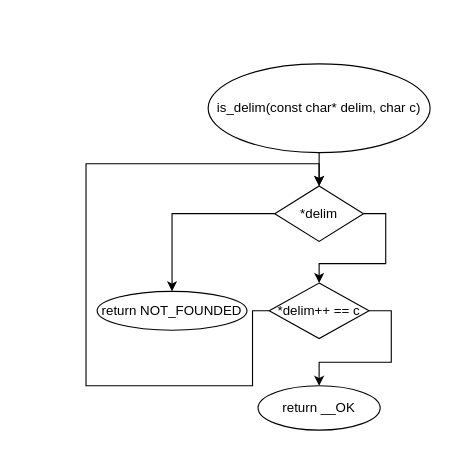
Alvald1/draw.io keeps this draw.io diagram as page "is_delim" (5 of 8) of lab4.drawio. Above is the earlier version. Source tidied: cells renumbered, new cells numbered last; positions are measured from the earlier drawing's top-left corner, leaving out a move shared by most shapes. Both pictures are drawn from the tidied source at 111%, with x=0, y=0 at pixel (85, 63).
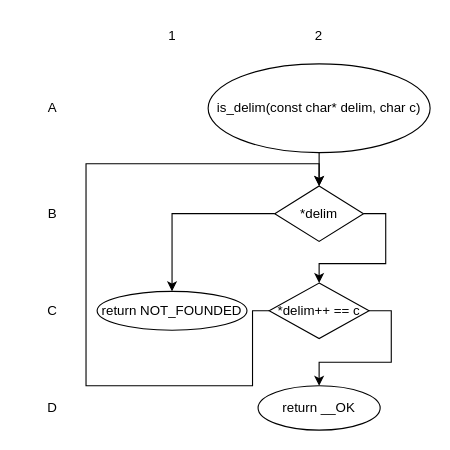
The same page after the edit.

What changed in the source:
```diff
@@
+    <mxCell id="12" value="1" style="text;html=1;strokeColor=none;fillColor=none;align=center;verticalAlign=middle;whiteSpace=wrap;rounded=0;" parent="1" vertex="1">
+      <mxGeometry x="47.5" y="-40" width="60" height="30" as="geometry" />
+    </mxCell>
+    <mxCell id="13" value="2" style="text;html=1;strokeColor=none;fillColor=none;align=center;verticalAlign=middle;whiteSpace=wrap;rounded=0;" parent="1" vertex="1">
+      <mxGeometry x="180" y="-40" width="60" height="30" as="geometry" />
+    </mxCell>
+    <mxCell id="14" value="A" style="text;html=1;strokeColor=none;fillColor=none;align=center;verticalAlign=middle;whiteSpace=wrap;rounded=0;" parent="1" vertex="1">
+      <mxGeometry x="-60" y="25" width="60" height="30" as="geometry" />
+    </mxCell>
+    <mxCell id="15" value="B" style="text;html=1;strokeColor=none;fillColor=none;align=center;verticalAlign=middle;whiteSpace=wrap;rounded=0;" parent="1" vertex="1">
+      <mxGeometry x="-60" y="120" width="60" height="30" as="geometry" />
+    </mxCell>
+    <mxCell id="16" value="C" style="text;html=1;strokeColor=none;fillColor=none;align=center;verticalAlign=middle;whiteSpace=wrap;rounded=0;" parent="1" vertex="1">
+      <mxGeometry x="-60" y="207.5" width="60" height="30" as="geometry" />
+    </mxCell>
+    <mxCell id="17" value="D" style="text;html=1;strokeColor=none;fillColor=none;align=center;verticalAlign=middle;whiteSpace=wrap;rounded=0;" parent="1" vertex="1">
+      <mxGeometry x="-60" y="295" width="60" height="30" as="geometry" />
+    </mxCell>
```
